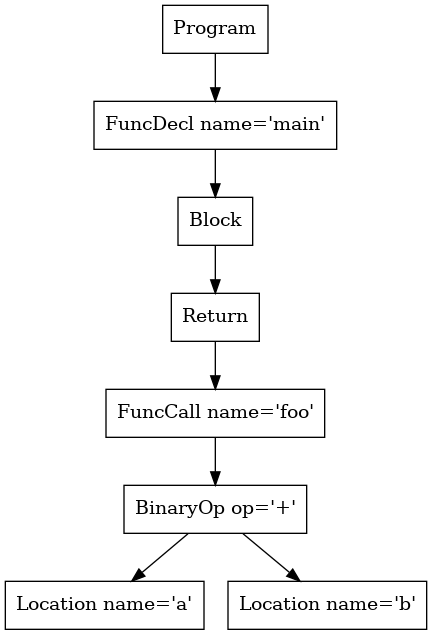
Above: tree.png in phamml/p2-parser (Graphviz), before the change. Its source is kept beside it as tree.dot.
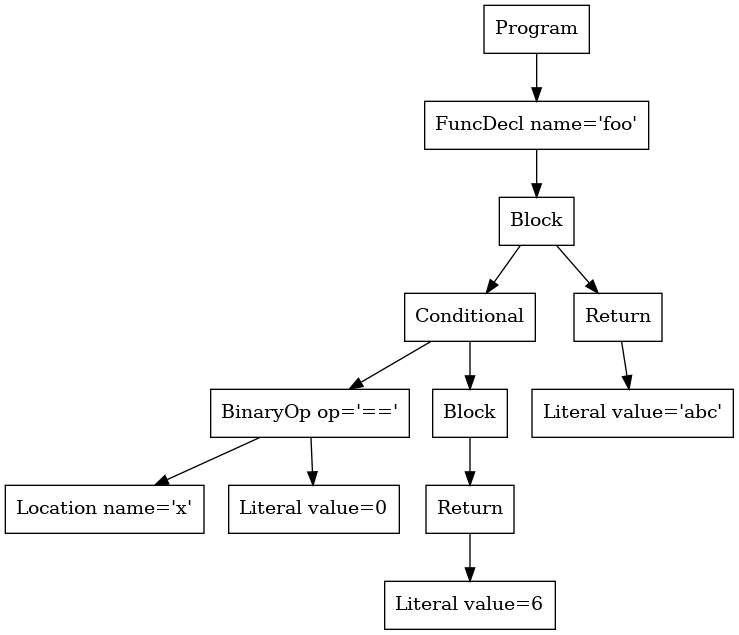
The same file after the commit.

Diff of the diagram source:
```diff
@@ -1,16 +1,24 @@
 digraph AST {
-6 [shape=box, label="Location name='a'"];
-7 [shape=box, label="Location name='b'"];
-5 [shape=box, label="BinaryOp op='+'"];
-5 -> 6;
-5 -> 7;
-4 [shape=box, label="FuncCall name='foo'"];
+5 [shape=box, label="Location name='x'"];
+6 [shape=box, label="Literal value=0"];
+4 [shape=box, label="BinaryOp op='=='"];
 4 -> 5;
-3 [shape=box, label="Return"];
+4 -> 6;
+9 [shape=box, label="Literal value=6"];
+8 [shape=box, label="Return"];
+8 -> 9;
+7 [shape=box, label="Block"];
+7 -> 8;
+3 [shape=box, label="Conditional"];
 3 -> 4;
+3 -> 7;
+11 [shape=box, label="Literal value='abc'"];
+10 [shape=box, label="Return"];
+10 -> 11;
 2 [shape=box, label="Block"];
 2 -> 3;
-1 [shape=box, label="FuncDecl name='main'"];
+2 -> 10;
+1 [shape=box, label="FuncDecl name='foo'"];
 1 -> 2;
 0 [shape=box, label="Program"];
 0 -> 1;
```
